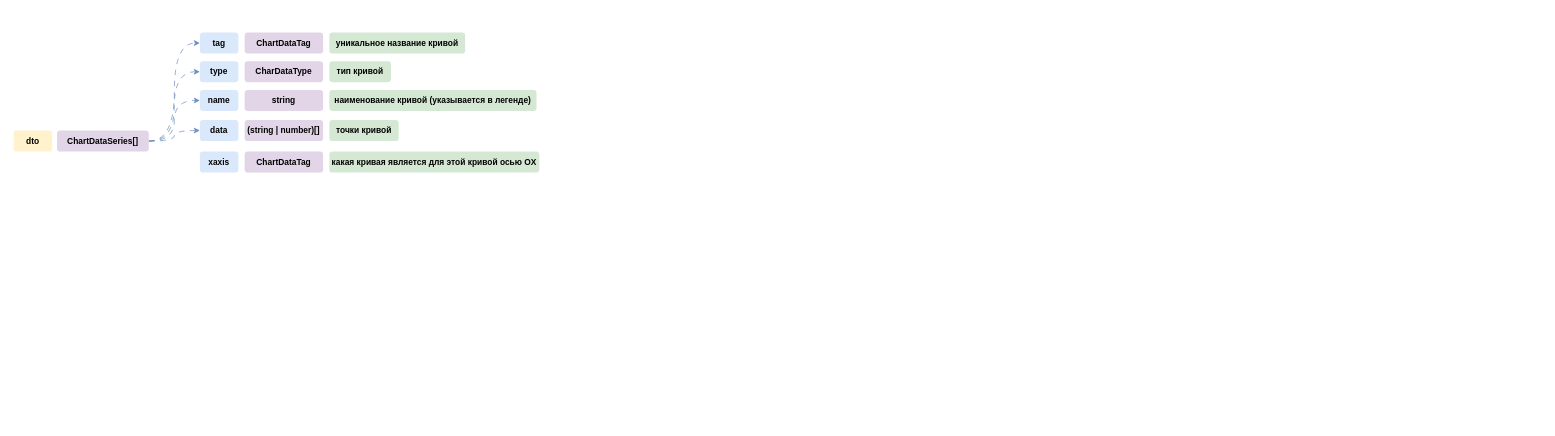
Above: page "Flow" (3 of 4) of Plotly.drawio in orlov-oleg-developer/asuter-UML (draw.io), before the change. Source tidied: cells renumbered, new cells numbered last; positions are measured from the earlier drawing's top-left corner, leaving out a move shared by most shapes. Both pictures are drawn from the tidied source at 70%, with x=0, y=0 at pixel (13, 32).
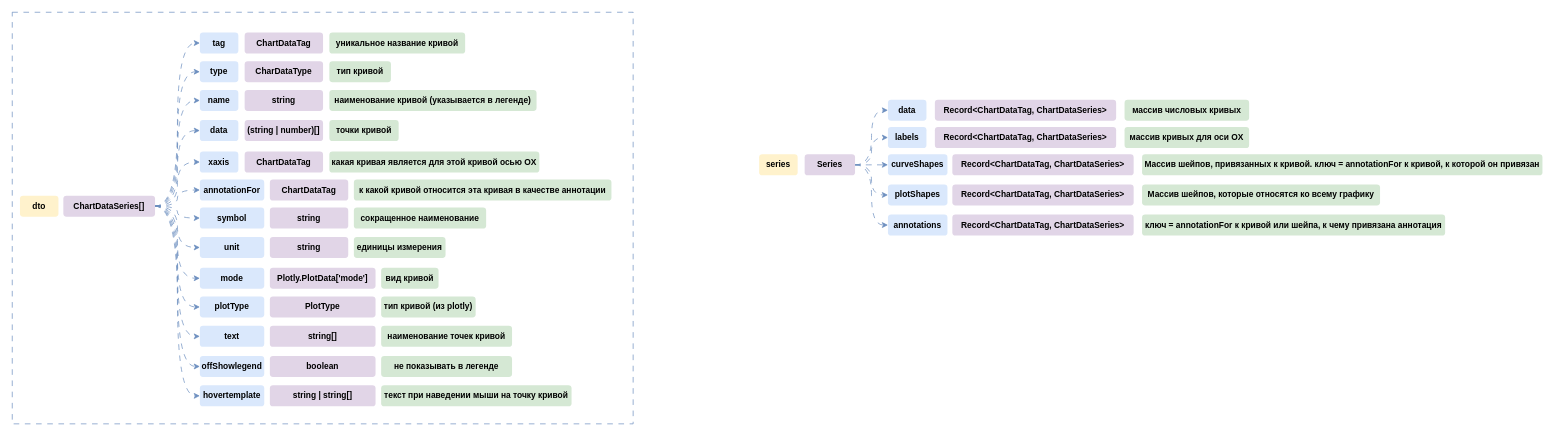
After the change.

Unchanged cells that the change refers to:
```xml
<mxCell id="21" value="xaxis" style="rounded=1;whiteSpace=wrap;html=1;fillColor=#dae8fc;strokeColor=none;fontStyle=1;" parent="1" vertex="1">
  <mxGeometry x="266" y="170" width="55" height="30" as="geometry" />
</mxCell>
```

Diff of the diagram source:
```diff
@@
+    <mxCell id="24" style="rounded=0;whiteSpace=wrap;html=1;fontFamily=Helvetica;fontSize=11;fillColor=none;dashed=1;dashPattern=8 8;strokeColor=#6c8ebf;" parent="1" vertex="1">
+      <mxGeometry x="-2" y="-29" width="887" height="588" as="geometry" />
+    </mxCell>
     <mxCell id="2" value="dto" style="rounded=1;whiteSpace=wrap;html=1;fillColor=#fff2cc;strokeColor=none;fontStyle=1;" parent="1" vertex="1">
-      <mxGeometry y="140" width="55" height="30" as="geometry" />
+      <mxGeometry x="9" y="233" width="55" height="30" as="geometry" />
     </mxCell>
@@
+    <mxCell id="25" style="edgeStyle=orthogonalEdgeStyle;shape=connector;curved=1;rounded=0;jettySize=auto;html=1;dashed=1;dashPattern=8 8;labelBackgroundColor=default;strokeColor=#6c8ebf;align=center;verticalAlign=middle;fontFamily=Helvetica;fontSize=11;fontColor=default;endArrow=classic;endFill=1;fillColor=#dae8fc;entryX=0;entryY=0.5;entryDx=0;entryDy=0;" parent="1" edge="1" source="9" target="21">
+      <mxGeometry relative="1" as="geometry" />
+    </mxCell>
+    <mxCell id="26" style="edgeStyle=orthogonalEdgeStyle;shape=connector;curved=1;rounded=0;jettySize=auto;html=1;entryX=0;entryY=0.5;entryDx=0;entryDy=0;dashed=1;dashPattern=8 8;labelBackgroundColor=default;strokeColor=#6c8ebf;align=center;verticalAlign=middle;fontFamily=Helvetica;fontSize=11;fontColor=default;endArrow=classic;endFill=1;fillColor=#dae8fc;" parent="1" edge="1" source="9" target="34">
+      <mxGeometry relative="1" as="geometry" />
+    </mxCell>
+    <mxCell id="27" style="edgeStyle=orthogonalEdgeStyle;shape=connector;curved=1;rounded=0;jettySize=auto;html=1;entryX=0;entryY=0.5;entryDx=0;entryDy=0;dashed=1;dashPattern=8 8;labelBackgroundColor=default;strokeColor=#6c8ebf;align=center;verticalAlign=middle;fontFamily=Helvetica;fontSize=11;fontColor=default;endArrow=classic;endFill=1;fillColor=#dae8fc;" parent="1" edge="1" source="9" target="37">
+      <mxGeometry relative="1" as="geometry" />
+    </mxCell>
+    <mxCell id="28" style="edgeStyle=orthogonalEdgeStyle;shape=connector;curved=1;rounded=0;jettySize=auto;html=1;entryX=0;entryY=0.5;entryDx=0;entryDy=0;dashed=1;dashPattern=8 8;labelBackgroundColor=default;strokeColor=#6c8ebf;align=center;verticalAlign=middle;fontFamily=Helvetica;fontSize=11;fontColor=default;endArrow=classic;endFill=1;fillColor=#dae8fc;" parent="1" edge="1" source="9" target="40">
+      <mxGeometry relative="1" as="geometry" />
+    </mxCell>
+    <mxCell id="29" style="edgeStyle=orthogonalEdgeStyle;shape=connector;curved=1;rounded=0;jettySize=auto;html=1;entryX=0;entryY=0.5;entryDx=0;entryDy=0;dashed=1;dashPattern=8 8;labelBackgroundColor=default;strokeColor=#6c8ebf;align=center;verticalAlign=middle;fontFamily=Helvetica;fontSize=11;fontColor=default;endArrow=classic;endFill=1;fillColor=#dae8fc;" parent="1" edge="1" source="9" target="43">
+      <mxGeometry relative="1" as="geometry" />
+    </mxCell>
+    <mxCell id="30" style="edgeStyle=orthogonalEdgeStyle;shape=connector;curved=1;rounded=0;jettySize=auto;html=1;entryX=0;entryY=0.5;entryDx=0;entryDy=0;dashed=1;dashPattern=8 8;labelBackgroundColor=default;strokeColor=#6c8ebf;align=center;verticalAlign=middle;fontFamily=Helvetica;fontSize=11;fontColor=default;endArrow=classic;endFill=1;fillColor=#dae8fc;" parent="1" edge="1" source="9" target="46">
+      <mxGeometry relative="1" as="geometry" />
+    </mxCell>
+    <mxCell id="31" style="edgeStyle=orthogonalEdgeStyle;shape=connector;curved=1;rounded=0;jettySize=auto;html=1;entryX=0;entryY=0.5;entryDx=0;entryDy=0;dashed=1;dashPattern=8 8;labelBackgroundColor=default;strokeColor=#6c8ebf;align=center;verticalAlign=middle;fontFamily=Helvetica;fontSize=11;fontColor=default;endArrow=classic;endFill=1;fillColor=#dae8fc;" parent="1" edge="1" source="9" target="49">
+      <mxGeometry relative="1" as="geometry" />
+    </mxCell>
+    <mxCell id="32" style="edgeStyle=orthogonalEdgeStyle;shape=connector;curved=1;rounded=0;jettySize=auto;html=1;entryX=0;entryY=0.5;entryDx=0;entryDy=0;dashed=1;dashPattern=8 8;labelBackgroundColor=default;strokeColor=#6c8ebf;align=center;verticalAlign=middle;fontFamily=Helvetica;fontSize=11;fontColor=default;endArrow=classic;endFill=1;fillColor=#dae8fc;" parent="1" edge="1" source="9" target="52">
+      <mxGeometry relative="1" as="geometry" />
+    </mxCell>
+    <mxCell id="33" style="edgeStyle=orthogonalEdgeStyle;shape=connector;curved=1;rounded=0;jettySize=auto;html=1;entryX=0;entryY=0.5;entryDx=0;entryDy=0;dashed=1;dashPattern=8 8;labelBackgroundColor=default;strokeColor=#6c8ebf;align=center;verticalAlign=middle;fontFamily=Helvetica;fontSize=11;fontColor=default;endArrow=classic;endFill=1;fillColor=#dae8fc;" parent="1" edge="1" source="9" target="55">
+      <mxGeometry relative="1" as="geometry" />
+    </mxCell>
     <mxCell id="9" value="ChartDataSeries[]" style="rounded=1;whiteSpace=wrap;html=1;fillColor=#e1d5e7;strokeColor=none;fontStyle=1;" parent="1" vertex="1">
-      <mxGeometry x="62" y="140" width="131" height="30" as="geometry" />
+      <mxGeometry x="71" y="233" width="131" height="30" as="geometry" />
     </mxCell>
@@
+    <mxCell id="34" value="annotationFor" style="rounded=1;whiteSpace=wrap;html=1;fillColor=#dae8fc;strokeColor=none;fontStyle=1;" parent="1" vertex="1">
+      <mxGeometry x="266" y="210" width="92" height="30" as="geometry" />
+    </mxCell>
+    <mxCell id="35" value="ChartDataTag" style="rounded=1;whiteSpace=wrap;html=1;fillColor=#e1d5e7;strokeColor=none;fontStyle=1;" parent="1" vertex="1">
+      <mxGeometry x="366" y="210" width="112" height="30" as="geometry" />
+    </mxCell>
+    <mxCell id="36" value="к какой кривой относится эта кривая в качестве аннотации" style="rounded=1;whiteSpace=wrap;html=1;fillColor=#d5e8d4;strokeColor=none;fontStyle=1;" parent="1" vertex="1">
+      <mxGeometry x="486" y="210" width="368" height="30" as="geometry" />
+    </mxCell>
+    <mxCell id="37" value="symbol" style="rounded=1;whiteSpace=wrap;html=1;fillColor=#dae8fc;strokeColor=none;fontStyle=1;" parent="1" vertex="1">
+      <mxGeometry x="266" y="250" width="92" height="30" as="geometry" />
+    </mxCell>
+    <mxCell id="38" value="string" style="rounded=1;whiteSpace=wrap;html=1;fillColor=#e1d5e7;strokeColor=none;fontStyle=1;" parent="1" vertex="1">
+      <mxGeometry x="366" y="250" width="112" height="30" as="geometry" />
+    </mxCell>
+    <mxCell id="39" value="сокращенное наименование" style="rounded=1;whiteSpace=wrap;html=1;fillColor=#d5e8d4;strokeColor=none;fontStyle=1;" parent="1" vertex="1">
+      <mxGeometry x="486" y="250" width="189" height="30" as="geometry" />
+    </mxCell>
+    <mxCell id="40" value="unit" style="rounded=1;whiteSpace=wrap;html=1;fillColor=#dae8fc;strokeColor=none;fontStyle=1;" parent="1" vertex="1">
+      <mxGeometry x="266" y="292" width="92" height="30" as="geometry" />
+    </mxCell>
+    <mxCell id="41" value="string" style="rounded=1;whiteSpace=wrap;html=1;fillColor=#e1d5e7;strokeColor=none;fontStyle=1;" parent="1" vertex="1">
+      <mxGeometry x="366" y="292" width="112" height="30" as="geometry" />
+    </mxCell>
+    <mxCell id="42" value="единицы измерения" style="rounded=1;whiteSpace=wrap;html=1;fillColor=#d5e8d4;strokeColor=none;fontStyle=1;" parent="1" vertex="1">
+      <mxGeometry x="486" y="292" width="131" height="30" as="geometry" />
+    </mxCell>
+    <mxCell id="43" value="mode" style="rounded=1;whiteSpace=wrap;html=1;fillColor=#dae8fc;strokeColor=none;fontStyle=1;" parent="1" vertex="1">
+      <mxGeometry x="266" y="336" width="92" height="30" as="geometry" />
+    </mxCell>
+    <mxCell id="44" value="Plotly.PlotData['mode']" style="rounded=1;whiteSpace=wrap;html=1;fillColor=#e1d5e7;strokeColor=none;fontStyle=1;" parent="1" vertex="1">
+      <mxGeometry x="366" y="336" width="151" height="30" as="geometry" />
+    </mxCell>
+    <mxCell id="45" value="вид кривой" style="rounded=1;whiteSpace=wrap;html=1;fillColor=#d5e8d4;strokeColor=none;fontStyle=1;" parent="1" vertex="1">
+      <mxGeometry x="525" y="336" width="82" height="30" as="geometry" />
+    </mxCell>
+    <mxCell id="46" value="plotType" style="rounded=1;whiteSpace=wrap;html=1;fillColor=#dae8fc;strokeColor=none;fontStyle=1;" parent="1" vertex="1">
+      <mxGeometry x="266" y="377" width="92" height="30" as="geometry" />
+    </mxCell>
+    <mxCell id="47" value="PlotType" style="rounded=1;whiteSpace=wrap;html=1;fillColor=#e1d5e7;strokeColor=none;fontStyle=1;" parent="1" vertex="1">
+      <mxGeometry x="366" y="377" width="151" height="30" as="geometry" />
+    </mxCell>
+    <mxCell id="48" value="тип кривой (из plotly)" style="rounded=1;whiteSpace=wrap;html=1;fillColor=#d5e8d4;strokeColor=none;fontStyle=1;" parent="1" vertex="1">
+      <mxGeometry x="525" y="377" width="135" height="30" as="geometry" />
+    </mxCell>
+    <mxCell id="49" value="text" style="rounded=1;whiteSpace=wrap;html=1;fillColor=#dae8fc;strokeColor=none;fontStyle=1;" parent="1" vertex="1">
+      <mxGeometry x="266" y="419" width="92" height="30" as="geometry" />
+    </mxCell>
+    <mxCell id="50" value="string[]" style="rounded=1;whiteSpace=wrap;html=1;fillColor=#e1d5e7;strokeColor=none;fontStyle=1;" parent="1" vertex="1">
+      <mxGeometry x="366" y="419" width="151" height="30" as="geometry" />
+    </mxCell>
+    <mxCell id="51" value="наименование точек кривой" style="rounded=1;whiteSpace=wrap;html=1;fillColor=#d5e8d4;strokeColor=none;fontStyle=1;" parent="1" vertex="1">
+      <mxGeometry x="525" y="419" width="187" height="30" as="geometry" />
+    </mxCell>
+    <mxCell id="52" value="offShowlegend" style="rounded=1;whiteSpace=wrap;html=1;fillColor=#dae8fc;strokeColor=none;fontStyle=1;" parent="1" vertex="1">
+      <mxGeometry x="266" y="462" width="92" height="30" as="geometry" />
+    </mxCell>
+    <mxCell id="53" value="boolean" style="rounded=1;whiteSpace=wrap;html=1;fillColor=#e1d5e7;strokeColor=none;fontStyle=1;" parent="1" vertex="1">
+      <mxGeometry x="366" y="462" width="151" height="30" as="geometry" />
+    </mxCell>
+    <mxCell id="54" value="не показывать в легенде" style="rounded=1;whiteSpace=wrap;html=1;fillColor=#d5e8d4;strokeColor=none;fontStyle=1;" parent="1" vertex="1">
+      <mxGeometry x="525" y="462" width="187" height="30" as="geometry" />
+    </mxCell>
+    <mxCell id="55" value="hovertemplate" style="rounded=1;whiteSpace=wrap;html=1;fillColor=#dae8fc;strokeColor=none;fontStyle=1;" parent="1" vertex="1">
+      <mxGeometry x="266" y="504" width="92" height="30" as="geometry" />
+    </mxCell>
+    <mxCell id="56" value="string | string[]" style="rounded=1;whiteSpace=wrap;html=1;fillColor=#e1d5e7;strokeColor=none;fontStyle=1;" parent="1" vertex="1">
+      <mxGeometry x="366" y="504" width="151" height="30" as="geometry" />
+    </mxCell>
+    <mxCell id="57" value="текст при наведении мыши на точку кривой" style="rounded=1;whiteSpace=wrap;html=1;fillColor=#d5e8d4;strokeColor=none;fontStyle=1;" parent="1" vertex="1">
+      <mxGeometry x="525" y="504" width="272" height="30" as="geometry" />
+    </mxCell>
+    <mxCell id="58" value="series" style="rounded=1;whiteSpace=wrap;html=1;fillColor=#fff2cc;strokeColor=none;fontStyle=1;" parent="1" vertex="1">
+      <mxGeometry x="1065" y="174" width="55" height="30" as="geometry" />
+    </mxCell>
+    <mxCell id="59" style="edgeStyle=orthogonalEdgeStyle;shape=connector;curved=1;rounded=0;jettySize=auto;html=1;entryX=0;entryY=0.5;entryDx=0;entryDy=0;dashed=1;dashPattern=8 8;labelBackgroundColor=default;strokeColor=#6c8ebf;align=center;verticalAlign=middle;fontFamily=Helvetica;fontSize=11;fontColor=default;endArrow=classic;endFill=1;fillColor=#dae8fc;" parent="1" edge="1" source="64" target="65">
+      <mxGeometry relative="1" as="geometry" />
+    </mxCell>
+    <mxCell id="60" style="edgeStyle=orthogonalEdgeStyle;shape=connector;curved=1;rounded=0;jettySize=auto;html=1;entryX=0;entryY=0.5;entryDx=0;entryDy=0;dashed=1;dashPattern=8 8;labelBackgroundColor=default;strokeColor=#6c8ebf;align=center;verticalAlign=middle;fontFamily=Helvetica;fontSize=11;fontColor=default;endArrow=classic;endFill=1;fillColor=#dae8fc;" parent="1" edge="1" source="64" target="68">
+      <mxGeometry relative="1" as="geometry" />
+    </mxCell>
+    <mxCell id="61" style="edgeStyle=orthogonalEdgeStyle;shape=connector;curved=1;rounded=0;jettySize=auto;html=1;entryX=0;entryY=0.5;entryDx=0;entryDy=0;dashed=1;dashPattern=8 8;labelBackgroundColor=default;strokeColor=#6c8ebf;align=center;verticalAlign=middle;fontFamily=Helvetica;fontSize=11;fontColor=default;endArrow=classic;endFill=1;fillColor=#dae8fc;" parent="1" edge="1" source="64" target="71">
+      <mxGeometry relative="1" as="geometry" />
+    </mxCell>
+    <mxCell id="62" style="edgeStyle=orthogonalEdgeStyle;shape=connector;curved=1;rounded=0;jettySize=auto;html=1;entryX=0;entryY=0.5;entryDx=0;entryDy=0;dashed=1;dashPattern=8 8;labelBackgroundColor=default;strokeColor=#6c8ebf;align=center;verticalAlign=middle;fontFamily=Helvetica;fontSize=11;fontColor=default;endArrow=classic;endFill=1;fillColor=#dae8fc;" parent="1" edge="1" source="64" target="74">
+      <mxGeometry relative="1" as="geometry" />
+    </mxCell>
+    <mxCell id="63" style="edgeStyle=orthogonalEdgeStyle;shape=connector;curved=1;rounded=0;jettySize=auto;html=1;entryX=0;entryY=0.5;entryDx=0;entryDy=0;dashed=1;dashPattern=8 8;labelBackgroundColor=default;strokeColor=#6c8ebf;align=center;verticalAlign=middle;fontFamily=Helvetica;fontSize=11;fontColor=default;endArrow=classic;endFill=1;fillColor=#dae8fc;" parent="1" edge="1" source="64" target="77">
+      <mxGeometry relative="1" as="geometry" />
+    </mxCell>
+    <mxCell id="64" value="Series" style="rounded=1;whiteSpace=wrap;html=1;fillColor=#e1d5e7;strokeColor=none;fontStyle=1;" parent="1" vertex="1">
+      <mxGeometry x="1130" y="174" width="72" height="30" as="geometry" />
+    </mxCell>
+    <mxCell id="65" value="data" style="rounded=1;whiteSpace=wrap;html=1;fillColor=#dae8fc;strokeColor=none;fontStyle=1;" parent="1" vertex="1">
+      <mxGeometry x="1249" y="96" width="55" height="30" as="geometry" />
+    </mxCell>
+    <mxCell id="66" value="Record&amp;lt;ChartDataTag, ChartDataSeries&amp;gt;" style="rounded=1;whiteSpace=wrap;html=1;fillColor=#e1d5e7;strokeColor=none;fontStyle=1;" parent="1" vertex="1">
+      <mxGeometry x="1316" y="96" width="259" height="30" as="geometry" />
+    </mxCell>
+    <mxCell id="67" value="массив числовых кривых" style="rounded=1;whiteSpace=wrap;html=1;fillColor=#d5e8d4;strokeColor=none;fontStyle=1;" parent="1" vertex="1">
+      <mxGeometry x="1587" y="96" width="178" height="30" as="geometry" />
+    </mxCell>
+    <mxCell id="68" value="labels" style="rounded=1;whiteSpace=wrap;html=1;fillColor=#dae8fc;strokeColor=none;fontStyle=1;" parent="1" vertex="1">
+      <mxGeometry x="1249" y="135" width="55" height="30" as="geometry" />
+    </mxCell>
+    <mxCell id="69" value="Record&amp;lt;ChartDataTag, ChartDataSeries&amp;gt;" style="rounded=1;whiteSpace=wrap;html=1;fillColor=#e1d5e7;strokeColor=none;fontStyle=1;" parent="1" vertex="1">
+      <mxGeometry x="1316" y="135" width="259" height="30" as="geometry" />
+    </mxCell>
+    <mxCell id="70" value="массив кривых для оси OX" style="rounded=1;whiteSpace=wrap;html=1;fillColor=#d5e8d4;strokeColor=none;fontStyle=1;" parent="1" vertex="1">
+      <mxGeometry x="1587" y="135" width="178" height="30" as="geometry" />
+    </mxCell>
+    <mxCell id="71" value="curveShapes" style="rounded=1;whiteSpace=wrap;html=1;fillColor=#dae8fc;strokeColor=none;fontStyle=1;" parent="1" vertex="1">
+      <mxGeometry x="1249" y="174" width="85" height="30" as="geometry" />
+    </mxCell>
+    <mxCell id="72" value="Record&amp;lt;ChartDataTag, ChartDataSeries&amp;gt;" style="rounded=1;whiteSpace=wrap;html=1;fillColor=#e1d5e7;strokeColor=none;fontStyle=1;" parent="1" vertex="1">
+      <mxGeometry x="1341" y="174" width="259" height="30" as="geometry" />
+    </mxCell>
+    <mxCell id="73" value="Массив шейпов, привязанных к кривой. ключ = annotationFor к кривой, к которой он привязан" style="rounded=1;whiteSpace=wrap;html=1;fillColor=#d5e8d4;strokeColor=none;fontStyle=1;" parent="1" vertex="1">
+      <mxGeometry x="1612" y="174" width="572" height="30" as="geometry" />
+    </mxCell>
+    <mxCell id="74" value="plotShapes" style="rounded=1;whiteSpace=wrap;html=1;fillColor=#dae8fc;strokeColor=none;fontStyle=1;" parent="1" vertex="1">
+      <mxGeometry x="1249" y="217" width="85" height="30" as="geometry" />
+    </mxCell>
+    <mxCell id="75" value="Record&amp;lt;ChartDataTag, ChartDataSeries&amp;gt;" style="rounded=1;whiteSpace=wrap;html=1;fillColor=#e1d5e7;strokeColor=none;fontStyle=1;" parent="1" vertex="1">
+      <mxGeometry x="1341" y="217" width="259" height="30" as="geometry" />
+    </mxCell>
+    <mxCell id="76" value="Массив шейпов, которые относятся ко всему графику" style="rounded=1;whiteSpace=wrap;html=1;fillColor=#d5e8d4;strokeColor=none;fontStyle=1;" parent="1" vertex="1">
+      <mxGeometry x="1612" y="217" width="340" height="30" as="geometry" />
+    </mxCell>
+    <mxCell id="77" value="annotations" style="rounded=1;whiteSpace=wrap;html=1;fillColor=#dae8fc;strokeColor=none;fontStyle=1;" parent="1" vertex="1">
+      <mxGeometry x="1249" y="260" width="85" height="30" as="geometry" />
+    </mxCell>
+    <mxCell id="78" value="Record&amp;lt;ChartDataTag, ChartDataSeries&amp;gt;" style="rounded=1;whiteSpace=wrap;html=1;fillColor=#e1d5e7;strokeColor=none;fontStyle=1;" parent="1" vertex="1">
+      <mxGeometry x="1341" y="260" width="259" height="30" as="geometry" />
+    </mxCell>
+    <mxCell id="79" value="ключ = annotationFor к кривой или шейпа, к чему привязана аннотация" style="rounded=1;whiteSpace=wrap;html=1;fillColor=#d5e8d4;strokeColor=none;fontStyle=1;" parent="1" vertex="1">
+      <mxGeometry x="1612" y="260" width="433" height="30" as="geometry" />
+    </mxCell>
```
